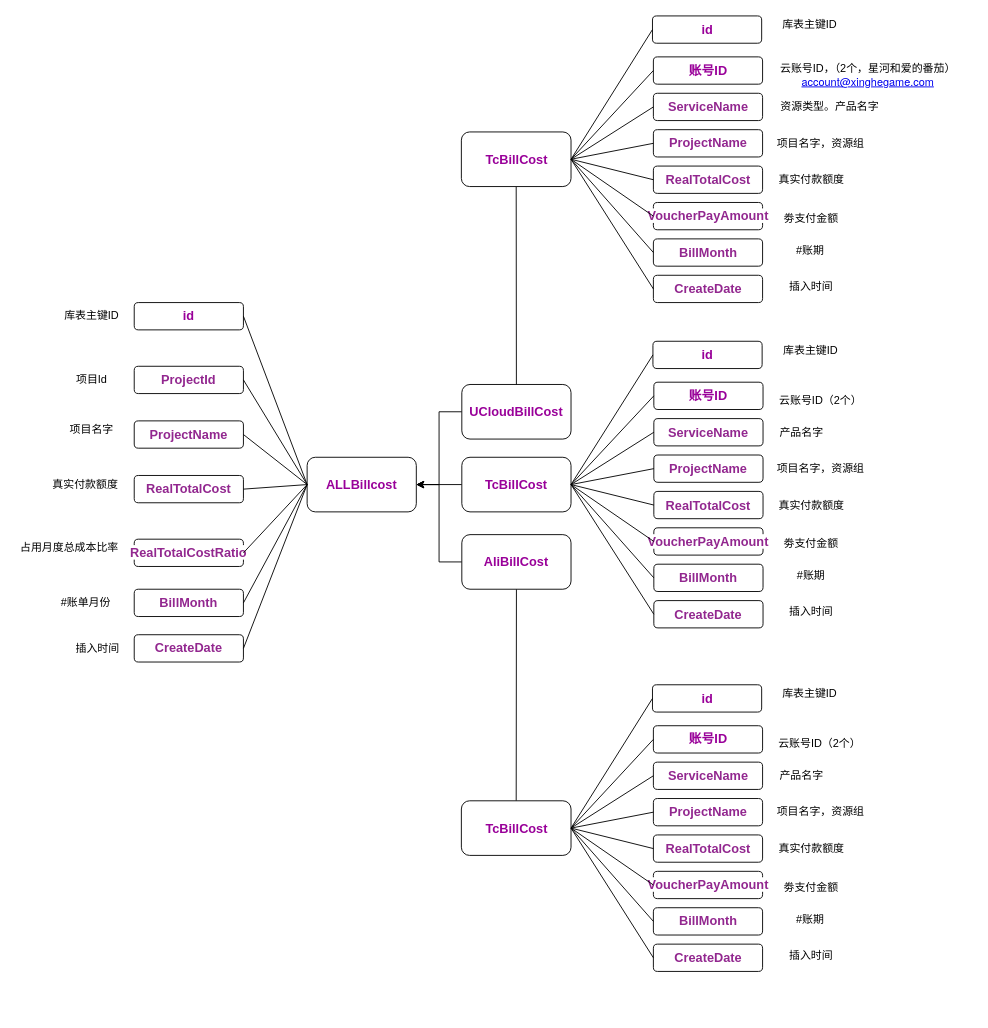
Above: display.drawio in Henryblankwu/untitled7 (draw.io), before the change. Source tidied: cells renumbered, new cells numbered last; positions are measured from the earlier drawing's top-left corner, leaving out a move shared by most shapes. Both pictures are drawn from the tidied source at 91%, with x=0, y=0 at pixel (15, 15).
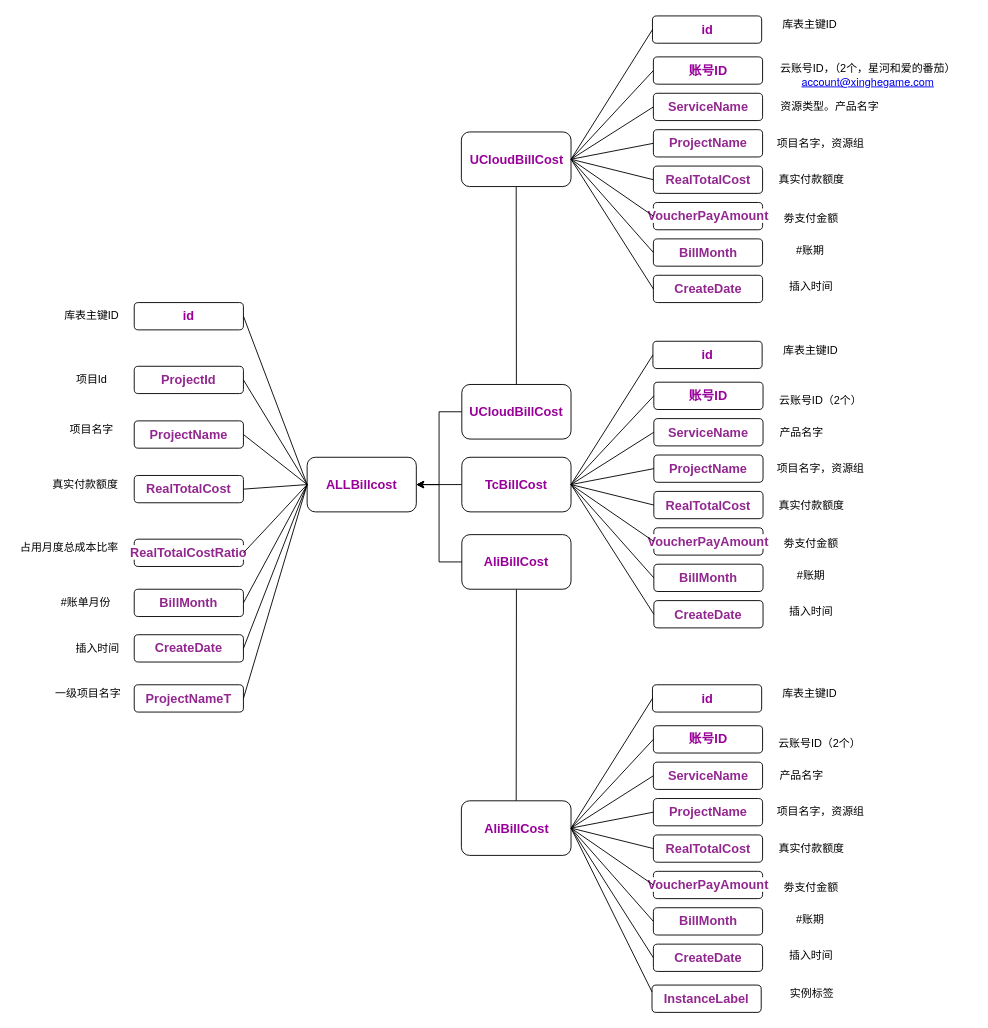
After the change.

The change refers to these unchanged cells:
```xml
<mxCell id="3" value="&lt;b&gt;&lt;font color=&quot;#990099&quot; style=&quot;font-size: 14px&quot;&gt;ALLBillcost&lt;/font&gt;&lt;/b&gt;" style="rounded=1;whiteSpace=wrap;html=1;" parent="1" vertex="1">
  <mxGeometry x="320" y="485" width="120" height="60" as="geometry" />
</mxCell>
```

The edit, as a diff of the source:
```diff
@@
-    <mxCell id="58" value="&lt;b&gt;&lt;font color=&quot;#990099&quot; style=&quot;font-size: 14px&quot;&gt;TcBillCost&lt;/font&gt;&lt;/b&gt;" style="rounded=1;whiteSpace=wrap;html=1;" parent="1" vertex="1">
+    <mxCell id="58" value="&lt;b&gt;&lt;font color=&quot;#990099&quot; style=&quot;font-size: 14px&quot;&gt;AliBillCost&lt;/font&gt;&lt;/b&gt;" style="rounded=1;whiteSpace=wrap;html=1;" parent="1" vertex="1">
       <mxGeometry x="489.5" y="862.5" width="120.5" height="60" as="geometry" />
     </mxCell>
@@
-    <mxCell id="83" value="&lt;b&gt;&lt;font color=&quot;#990099&quot; style=&quot;font-size: 14px&quot;&gt;TcBillCost&lt;/font&gt;&lt;/b&gt;" style="rounded=1;whiteSpace=wrap;html=1;" parent="1" vertex="1">
+    <mxCell id="83" value="&lt;b&gt;&lt;font color=&quot;#990099&quot; style=&quot;font-size: 14px&quot;&gt;UCloudBillCost&lt;/font&gt;&lt;/b&gt;" style="rounded=1;whiteSpace=wrap;html=1;" parent="1" vertex="1">
       <mxGeometry x="489.5" y="127.5" width="120.5" height="60" as="geometry" />
     </mxCell>
@@
+    <mxCell id="106" value="&lt;span style=&quot;color: rgb(146 , 39 , 143) ; font-size: 14px ; font-weight: 700 ; background-color: rgb(255 , 255 , 255)&quot;&gt;ProjectNameT&lt;/span&gt;" style="rounded=1;whiteSpace=wrap;html=1;" parent="1" vertex="1">
+      <mxGeometry x="130" y="735" width="120" height="30" as="geometry" />
+    </mxCell>
+    <mxCell id="107" value="一级项目名字" style="text;html=1;strokeColor=none;fillColor=none;align=center;verticalAlign=middle;whiteSpace=wrap;rounded=0;" parent="1" vertex="1">
+      <mxGeometry x="26" y="735" width="107" height="20" as="geometry" />
+    </mxCell>
+    <mxCell id="108" style="endArrow=none;html=1;entryX=1;entryY=0.5;entryDx=0;entryDy=0;exitX=0;exitY=0.5;exitDx=0;exitDy=0;" parent="1" edge="1" source="3" target="106">
+      <mxGeometry relative="1" as="geometry" />
+    </mxCell>
+    <mxCell id="109" value="&lt;font color=&quot;#92278f&quot;&gt;&lt;span style=&quot;font-size: 14px ; background-color: rgb(255 , 255 , 255)&quot;&gt;&lt;b&gt;InstanceLabel&lt;/b&gt;&lt;/span&gt;&lt;/font&gt;" style="rounded=1;whiteSpace=wrap;html=1;" parent="1" vertex="1">
+      <mxGeometry x="699" y="1065" width="120" height="30" as="geometry" />
+    </mxCell>
+    <mxCell id="110" value="实例标签" style="text;html=1;strokeColor=none;fillColor=none;align=center;verticalAlign=middle;whiteSpace=wrap;rounded=0;" parent="1" vertex="1">
+      <mxGeometry x="831.5" y="1065" width="86" height="20" as="geometry" />
+    </mxCell>
+    <mxCell id="111" style="endArrow=none;html=1;entryX=0;entryY=0.25;entryDx=0;entryDy=0;exitX=1;exitY=0.5;exitDx=0;exitDy=0;" parent="1" edge="1" source="58" target="109">
+      <mxGeometry relative="1" as="geometry" />
+    </mxCell>
```
